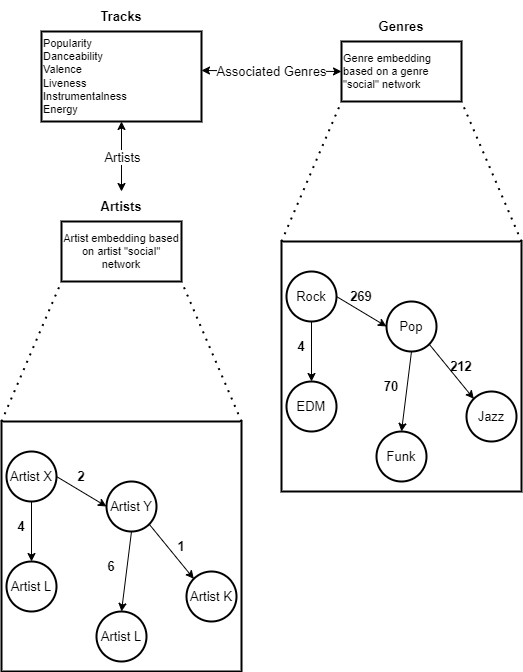
taslanidis/Music-Recommender keeps this draw.io diagram as docs/input_data.png. Above is the earlier version. Source tidied: cells renumbered, new cells last; positions are measured from the earlier drawing's top-left corner, leaving out a move shared by most shapes.
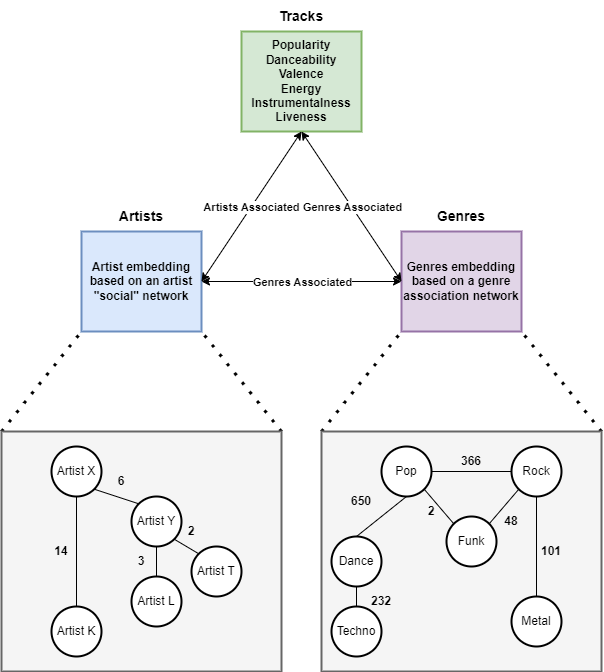
The same file after the commit.

What changed in the source:
```diff
@@ -2,138 +2,166 @@
   <root>
     <mxCell id="0" />
     <mxCell id="1" parent="0" />
-    <mxCell id="2" value="Popularity&lt;br&gt;Danceability&lt;br&gt;Valence&lt;br&gt;Liveness&lt;br&gt;Instrumentalness&lt;br&gt;Energy" style="rounded=0;whiteSpace=wrap;html=1;strokeWidth=2;fontSize=11;align=left;" parent="1" vertex="1">
-      <mxGeometry x="40" y="30" width="160" height="90" as="geometry" />
+    <mxCell id="2" value="Popularity&lt;br&gt;Danceability&lt;br&gt;Valence&lt;br&gt;Energy&lt;br&gt;Instrumentalness&lt;br&gt;Liveness" style="rounded=0;whiteSpace=wrap;html=1;strokeWidth=2;fillColor=#d5e8d4;strokeColor=#82b366;fontStyle=1;" parent="1" vertex="1">
+      <mxGeometry x="340" y="-10" width="120" height="100" as="geometry" />
     </mxCell>
-    <mxCell id="3" value="Artist embedding based on artist &quot;social&quot; network" style="rounded=0;whiteSpace=wrap;html=1;strokeWidth=2;fontSize=11;" parent="1" vertex="1">
-      <mxGeometry x="60" y="220" width="120" height="60" as="geometry" />
+    <mxCell id="3" value="&lt;b style=&quot;font-size: 14px;&quot;&gt;Tracks&lt;/b&gt;" style="text;html=1;strokeColor=none;fillColor=none;align=center;verticalAlign=middle;whiteSpace=wrap;rounded=0;strokeWidth=2;fontSize=14;" parent="1" vertex="1">
+      <mxGeometry x="370" y="-40" width="60" height="30" as="geometry" />
     </mxCell>
-    <mxCell id="4" value="Genre embedding based on a genre &quot;social&quot; network" style="rounded=0;whiteSpace=wrap;html=1;strokeWidth=2;fontSize=11;align=left;" parent="1" vertex="1">
-      <mxGeometry x="340" y="40" width="120" height="60" as="geometry" />
+    <mxCell id="4" value="Artist embedding based on an artist &quot;social&quot; network" style="rounded=0;whiteSpace=wrap;html=1;strokeWidth=2;fillColor=#dae8fc;strokeColor=#6c8ebf;fontStyle=1;" parent="1" vertex="1">
+      <mxGeometry x="180" y="190" width="120" height="100" as="geometry" />
     </mxCell>
-    <mxCell id="5" value="&lt;b&gt;&lt;font style=&quot;font-size: 13px;&quot;&gt;Tracks&lt;/font&gt;&lt;/b&gt;" style="text;html=1;strokeColor=none;fillColor=none;align=center;verticalAlign=middle;whiteSpace=wrap;rounded=0;strokeWidth=2;fontSize=11;" parent="1" vertex="1">
-      <mxGeometry x="70" width="100" height="30" as="geometry" />
+    <mxCell id="5" value="&lt;b style=&quot;font-size: 14px;&quot;&gt;Artists&lt;/b&gt;" style="text;html=1;strokeColor=none;fillColor=none;align=center;verticalAlign=middle;whiteSpace=wrap;rounded=0;strokeWidth=2;fontSize=14;" parent="1" vertex="1">
+      <mxGeometry x="210" y="160" width="60" height="30" as="geometry" />
     </mxCell>
-    <mxCell id="6" value="&lt;b&gt;&lt;font style=&quot;font-size: 13px;&quot;&gt;Genres&lt;/font&gt;&lt;/b&gt;" style="text;html=1;strokeColor=none;fillColor=none;align=center;verticalAlign=middle;whiteSpace=wrap;rounded=0;strokeWidth=2;fontSize=11;" parent="1" vertex="1">
-      <mxGeometry x="350" y="10" width="100" height="30" as="geometry" />
+    <mxCell id="6" value="Genres embedding based on a genre association network" style="rounded=0;whiteSpace=wrap;html=1;strokeWidth=2;fillColor=#e1d5e7;strokeColor=#9673a6;fontStyle=1;" parent="1" vertex="1">
+      <mxGeometry x="500" y="190" width="120" height="100" as="geometry" />
     </mxCell>
-    <mxCell id="7" value="&lt;b&gt;&lt;font style=&quot;font-size: 13px;&quot;&gt;Artists&lt;/font&gt;&lt;/b&gt;" style="text;html=1;strokeColor=none;fillColor=none;align=center;verticalAlign=middle;whiteSpace=wrap;rounded=0;strokeWidth=2;fontSize=11;" parent="1" vertex="1">
-      <mxGeometry x="70" y="190" width="100" height="30" as="geometry" />
+    <mxCell id="7" value="&lt;b style=&quot;font-size: 14px;&quot;&gt;Genres&lt;/b&gt;" style="text;html=1;strokeColor=none;fillColor=none;align=center;verticalAlign=middle;whiteSpace=wrap;rounded=0;strokeWidth=2;fontSize=14;" parent="1" vertex="1">
+      <mxGeometry x="530" y="160" width="60" height="30" as="geometry" />
     </mxCell>
-    <mxCell id="8" style="endArrow=none;dashed=1;html=1;dashPattern=1 3;strokeWidth=2;rounded=0;fontSize=13;entryX=0;entryY=1;entryDx=0;entryDy=0;" parent="1" edge="1" target="3">
+    <mxCell id="8" style="endArrow=none;dashed=1;html=1;dashPattern=1 3;strokeWidth=3;rounded=0;" parent="1" edge="1">
       <mxGeometry relative="1" as="geometry">
-        <mxPoint y="420" as="sourcePoint" />
+        <mxPoint x="100" y="390" as="sourcePoint" />
+        <mxPoint x="180" y="290" as="targetPoint" />
       </mxGeometry>
     </mxCell>
-    <mxCell id="9" style="endArrow=none;dashed=1;html=1;dashPattern=1 3;strokeWidth=2;rounded=0;fontSize=13;entryX=1;entryY=1;entryDx=0;entryDy=0;exitX=1;exitY=0;exitDx=0;exitDy=0;" parent="1" edge="1" source="10" target="3">
-      <mxGeometry relative="1" as="geometry" />
+    <mxCell id="9" style="endArrow=none;dashed=1;html=1;dashPattern=1 3;strokeWidth=3;rounded=0;" parent="1" edge="1">
+      <mxGeometry relative="1" as="geometry">
+        <mxPoint x="380" y="390" as="sourcePoint" />
+        <mxPoint x="300" y="290" as="targetPoint" />
+      </mxGeometry>
     </mxCell>
-    <mxCell id="10" style="rounded=0;whiteSpace=wrap;html=1;strokeWidth=2;fontSize=13;" parent="1" vertex="1">
-      <mxGeometry y="420" width="240" height="250" as="geometry" />
+    <mxCell id="10" style="endArrow=none;dashed=1;html=1;dashPattern=1 3;strokeWidth=3;rounded=0;" parent="1" edge="1">
+      <mxGeometry relative="1" as="geometry">
+        <mxPoint x="700" y="390" as="sourcePoint" />
+        <mxPoint x="620" y="290" as="targetPoint" />
+      </mxGeometry>
     </mxCell>
-    <mxCell id="11" style="edgeStyle=orthogonalEdgeStyle;rounded=0;jettySize=auto;html=1;strokeWidth=1;fontSize=13;" parent="1" edge="1" source="12" target="14">
-      <mxGeometry relative="1" as="geometry" />
+    <mxCell id="11" style="endArrow=none;dashed=1;html=1;dashPattern=1 3;strokeWidth=3;rounded=0;" parent="1" edge="1">
+      <mxGeometry relative="1" as="geometry">
+        <mxPoint x="420" y="390" as="sourcePoint" />
+        <mxPoint x="500" y="290" as="targetPoint" />
+      </mxGeometry>
     </mxCell>
-    <mxCell id="12" value="Artist X" style="ellipse;whiteSpace=wrap;html=1;strokeWidth=2;fontSize=13;fontStyle=0;" parent="1" vertex="1">
-      <mxGeometry x="5" y="450" width="50" height="50" as="geometry" />
+    <mxCell id="12" style="rounded=0;whiteSpace=wrap;html=1;strokeWidth=2;fillColor=#f5f5f5;fontColor=#333333;strokeColor=#666666;" parent="1" vertex="1">
+      <mxGeometry x="100" y="390" width="280" height="240" as="geometry" />
     </mxCell>
-    <mxCell id="13" value="Artist Y" style="ellipse;whiteSpace=wrap;html=1;strokeWidth=2;fontSize=13;fontStyle=0;" parent="1" vertex="1">
-      <mxGeometry x="105" y="480" width="50" height="50" as="geometry" />
+    <mxCell id="13" style="rounded=0;whiteSpace=wrap;html=1;strokeWidth=2;fillColor=#f5f5f5;fontColor=#333333;strokeColor=#666666;" parent="1" vertex="1">
+      <mxGeometry x="420" y="390" width="280" height="240" as="geometry" />
     </mxCell>
-    <mxCell id="14" value="Artist L" style="ellipse;whiteSpace=wrap;html=1;strokeWidth=2;fontSize=13;fontStyle=0;" parent="1" vertex="1">
-      <mxGeometry x="5" y="560" width="50" height="50" as="geometry" />
+    <mxCell id="14" value="Artist X" style="ellipse;whiteSpace=wrap;html=1;strokeWidth=2;" parent="1" vertex="1">
+      <mxGeometry x="150" y="405" width="50" height="50" as="geometry" />
     </mxCell>
-    <mxCell id="15" value="Artist K" style="ellipse;whiteSpace=wrap;html=1;strokeWidth=2;fontSize=13;fontStyle=0;" parent="1" vertex="1">
-      <mxGeometry x="185" y="570" width="50" height="50" as="geometry" />
+    <mxCell id="15" value="Artist Y" style="ellipse;whiteSpace=wrap;html=1;strokeWidth=2;" parent="1" vertex="1">
+      <mxGeometry x="230" y="455" width="50" height="50" as="geometry" />
     </mxCell>
-    <mxCell id="16" value="Artist L" style="ellipse;whiteSpace=wrap;html=1;strokeWidth=2;fontSize=13;fontStyle=0;" parent="1" vertex="1">
-      <mxGeometry x="95" y="610" width="50" height="50" as="geometry" />
+    <mxCell id="16" value="Artist K" style="ellipse;whiteSpace=wrap;html=1;strokeWidth=2;" parent="1" vertex="1">
+      <mxGeometry x="150" y="565" width="50" height="50" as="geometry" />
     </mxCell>
-    <mxCell id="17" style="endArrow=classic;html=1;rounded=0;strokeWidth=1;fontSize=13;entryX=0;entryY=0.5;entryDx=0;entryDy=0;exitX=1;exitY=0.5;exitDx=0;exitDy=0;" parent="1" edge="1" source="12" target="13">
-      <mxGeometry relative="1" as="geometry" />
+    <mxCell id="17" value="Artist L" style="ellipse;whiteSpace=wrap;html=1;strokeWidth=2;" parent="1" vertex="1">
+      <mxGeometry x="230" y="535" width="50" height="50" as="geometry" />
     </mxCell>
-    <mxCell id="18" style="endArrow=classic;html=1;rounded=0;strokeWidth=1;fontSize=13;entryX=0;entryY=0;entryDx=0;entryDy=0;exitX=1;exitY=1;exitDx=0;exitDy=0;" parent="1" edge="1" source="13" target="15">
+    <mxCell id="18" style="endArrow=none;html=1;rounded=0;entryX=0;entryY=0;entryDx=0;entryDy=0;exitX=1;exitY=1;exitDx=0;exitDy=0;" parent="1" edge="1" source="14" target="15">
       <mxGeometry relative="1" as="geometry" />
     </mxCell>
-    <mxCell id="19" style="endArrow=classic;html=1;rounded=0;strokeWidth=1;fontSize=13;entryX=0.5;entryY=0;entryDx=0;entryDy=0;exitX=0.5;exitY=1;exitDx=0;exitDy=0;" parent="1" edge="1" source="13" target="16">
+    <mxCell id="19" style="endArrow=none;html=1;rounded=0;entryX=0.5;entryY=1;entryDx=0;entryDy=0;exitX=0.5;exitY=0;exitDx=0;exitDy=0;" parent="1" edge="1" source="16" target="14">
       <mxGeometry relative="1" as="geometry" />
     </mxCell>
-    <mxCell id="20" value="4" style="text;html=1;strokeColor=none;fillColor=none;align=center;verticalAlign=middle;whiteSpace=wrap;rounded=0;strokeWidth=2;fontSize=13;fontStyle=1;" parent="1" vertex="1">
-      <mxGeometry x="5" y="510" width="30" height="30" as="geometry" />
+    <mxCell id="20" style="endArrow=none;html=1;rounded=0;entryX=0.5;entryY=1;entryDx=0;entryDy=0;exitX=0.5;exitY=0;exitDx=0;exitDy=0;" parent="1" edge="1" source="17" target="15">
+      <mxGeometry relative="1" as="geometry" />
     </mxCell>
-    <mxCell id="21" value="2" style="text;html=1;strokeColor=none;fillColor=none;align=center;verticalAlign=middle;whiteSpace=wrap;rounded=0;strokeWidth=2;fontSize=13;fontStyle=1;" parent="1" vertex="1">
-      <mxGeometry x="65" y="460" width="30" height="30" as="geometry" />
+    <mxCell id="21" value="Artist T" style="ellipse;whiteSpace=wrap;html=1;strokeWidth=2;" parent="1" vertex="1">
+      <mxGeometry x="290" y="505" width="50" height="50" as="geometry" />
     </mxCell>
-    <mxCell id="22" value="6" style="text;html=1;strokeColor=none;fillColor=none;align=center;verticalAlign=middle;whiteSpace=wrap;rounded=0;strokeWidth=2;fontSize=13;fontStyle=1;" parent="1" vertex="1">
-      <mxGeometry x="95" y="550" width="30" height="30" as="geometry" />
+    <mxCell id="22" style="endArrow=none;html=1;rounded=0;entryX=0;entryY=0;entryDx=0;entryDy=0;exitX=1;exitY=1;exitDx=0;exitDy=0;" parent="1" edge="1" source="15" target="21">
+      <mxGeometry relative="1" as="geometry" />
     </mxCell>
-    <mxCell id="23" value="1" style="text;html=1;strokeColor=none;fillColor=none;align=center;verticalAlign=middle;whiteSpace=wrap;rounded=0;strokeWidth=2;fontSize=13;fontStyle=1;" parent="1" vertex="1">
-      <mxGeometry x="165" y="530" width="30" height="30" as="geometry" />
+    <mxCell id="23" value="6" style="text;html=1;strokeColor=none;fillColor=none;align=center;verticalAlign=middle;whiteSpace=wrap;rounded=0;strokeWidth=2;fontStyle=1;" parent="1" vertex="1">
+      <mxGeometry x="210" y="425" width="20" height="30" as="geometry" />
     </mxCell>
-    <mxCell id="24" style="endArrow=none;dashed=1;html=1;dashPattern=1 3;strokeWidth=2;rounded=0;fontSize=13;entryX=0;entryY=1;entryDx=0;entryDy=0;" parent="1" edge="1">
-      <mxGeometry relative="1" as="geometry">
-        <mxPoint x="280" y="240" as="sourcePoint" />
-        <mxPoint x="340" y="100" as="targetPoint" />
-      </mxGeometry>
+    <mxCell id="24" value="14" style="text;html=1;strokeColor=none;fillColor=none;align=center;verticalAlign=middle;whiteSpace=wrap;rounded=0;strokeWidth=2;fontStyle=1;" parent="1" vertex="1">
+      <mxGeometry x="150" y="495" width="20" height="30" as="geometry" />
     </mxCell>
-    <mxCell id="25" style="endArrow=none;dashed=1;html=1;dashPattern=1 3;strokeWidth=2;rounded=0;fontSize=13;entryX=1;entryY=1;entryDx=0;entryDy=0;exitX=1;exitY=0;exitDx=0;exitDy=0;" parent="1" edge="1" source="26">
-      <mxGeometry relative="1" as="geometry">
-        <mxPoint x="460" y="100" as="targetPoint" />
-      </mxGeometry>
+    <mxCell id="25" value="3" style="text;html=1;strokeColor=none;fillColor=none;align=center;verticalAlign=middle;whiteSpace=wrap;rounded=0;strokeWidth=2;fontStyle=1;" parent="1" vertex="1">
+      <mxGeometry x="230" y="505" width="20" height="30" as="geometry" />
     </mxCell>
-    <mxCell id="26" style="rounded=0;whiteSpace=wrap;html=1;strokeWidth=2;fontSize=13;" parent="1" vertex="1">
-      <mxGeometry x="280" y="240" width="240" height="250" as="geometry" />
+    <mxCell id="26" value="2" style="text;html=1;strokeColor=none;fillColor=none;align=center;verticalAlign=middle;whiteSpace=wrap;rounded=0;strokeWidth=2;fontStyle=1;" parent="1" vertex="1">
+      <mxGeometry x="280" y="475" width="20" height="30" as="geometry" />
     </mxCell>
-    <mxCell id="27" style="edgeStyle=orthogonalEdgeStyle;rounded=0;jettySize=auto;html=1;strokeWidth=1;fontSize=13;" parent="1" edge="1" source="28" target="30">
-      <mxGeometry relative="1" as="geometry" />
+    <mxCell id="27" value="Pop" style="ellipse;whiteSpace=wrap;html=1;strokeWidth=2;" parent="1" vertex="1">
+      <mxGeometry x="480" y="405" width="50" height="50" as="geometry" />
     </mxCell>
-    <mxCell id="28" value="Rock" style="ellipse;whiteSpace=wrap;html=1;strokeWidth=2;fontSize=13;fontStyle=0;" parent="1" vertex="1">
-      <mxGeometry x="285" y="270" width="50" height="50" as="geometry" />
+    <mxCell id="28" value="Rock" style="ellipse;whiteSpace=wrap;html=1;strokeWidth=2;" parent="1" vertex="1">
+      <mxGeometry x="610" y="405" width="50" height="50" as="geometry" />
     </mxCell>
-    <mxCell id="29" value="Pop" style="ellipse;whiteSpace=wrap;html=1;strokeWidth=2;fontSize=13;fontStyle=0;" parent="1" vertex="1">
-      <mxGeometry x="385" y="300" width="50" height="50" as="geometry" />
+    <mxCell id="29" value="Dance" style="ellipse;whiteSpace=wrap;html=1;strokeWidth=2;" parent="1" vertex="1">
+      <mxGeometry x="430" y="495" width="50" height="50" as="geometry" />
     </mxCell>
-    <mxCell id="30" value="EDM" style="ellipse;whiteSpace=wrap;html=1;strokeWidth=2;fontSize=13;fontStyle=0;" parent="1" vertex="1">
-      <mxGeometry x="285" y="380" width="50" height="50" as="geometry" />
+    <mxCell id="30" value="Metal" style="ellipse;whiteSpace=wrap;html=1;strokeWidth=2;" parent="1" vertex="1">
+      <mxGeometry x="610" y="555" width="50" height="50" as="geometry" />
     </mxCell>
-    <mxCell id="31" value="Jazz" style="ellipse;whiteSpace=wrap;html=1;strokeWidth=2;fontSize=13;fontStyle=0;" parent="1" vertex="1">
-      <mxGeometry x="465" y="390" width="50" height="50" as="geometry" />
+    <mxCell id="31" style="endArrow=none;html=1;rounded=0;entryX=0.5;entryY=1;entryDx=0;entryDy=0;exitX=0.5;exitY=0;exitDx=0;exitDy=0;" parent="1" edge="1" source="29" target="27">
+      <mxGeometry relative="1" as="geometry" />
     </mxCell>
-    <mxCell id="32" value="Funk" style="ellipse;whiteSpace=wrap;html=1;strokeWidth=2;fontSize=13;fontStyle=0;" parent="1" vertex="1">
-      <mxGeometry x="375" y="430" width="50" height="50" as="geometry" />
+    <mxCell id="32" value="Funk" style="ellipse;whiteSpace=wrap;html=1;strokeWidth=2;" parent="1" vertex="1">
+      <mxGeometry x="545" y="475" width="50" height="50" as="geometry" />
     </mxCell>
-    <mxCell id="33" style="endArrow=classic;html=1;rounded=0;strokeWidth=1;fontSize=13;entryX=0;entryY=0.5;entryDx=0;entryDy=0;exitX=1;exitY=0.5;exitDx=0;exitDy=0;" parent="1" edge="1" source="28" target="29">
-      <mxGeometry relative="1" as="geometry" />
+    <mxCell id="33" value="366" style="text;html=1;strokeColor=none;fillColor=none;align=center;verticalAlign=middle;whiteSpace=wrap;rounded=0;strokeWidth=2;fontStyle=1;" parent="1" vertex="1">
+      <mxGeometry x="560" y="405" width="20" height="30" as="geometry" />
     </mxCell>
-    <mxCell id="34" style="endArrow=classic;html=1;rounded=0;strokeWidth=1;fontSize=13;entryX=0;entryY=0;entryDx=0;entryDy=0;exitX=1;exitY=1;exitDx=0;exitDy=0;" parent="1" edge="1" source="29" target="31">
-      <mxGeometry relative="1" as="geometry" />
+    <mxCell id="34" value="650" style="text;html=1;strokeColor=none;fillColor=none;align=center;verticalAlign=middle;whiteSpace=wrap;rounded=0;strokeWidth=2;fontStyle=1;" parent="1" vertex="1">
+      <mxGeometry x="450" y="445" width="20" height="30" as="geometry" />
     </mxCell>
-    <mxCell id="35" style="endArrow=classic;html=1;rounded=0;strokeWidth=1;fontSize=13;entryX=0.5;entryY=0;entryDx=0;entryDy=0;exitX=0.5;exitY=1;exitDx=0;exitDy=0;" parent="1" edge="1" source="29" target="32">
-      <mxGeometry relative="1" as="geometry" />
+    <mxCell id="35" value="48" style="text;html=1;strokeColor=none;fillColor=none;align=center;verticalAlign=middle;whiteSpace=wrap;rounded=0;strokeWidth=2;fontStyle=1;" parent="1" vertex="1">
+      <mxGeometry x="600" y="465" width="20" height="30" as="geometry" />
     </mxCell>
-    <mxCell id="36" value="4" style="text;html=1;strokeColor=none;fillColor=none;align=center;verticalAlign=middle;whiteSpace=wrap;rounded=0;strokeWidth=2;fontSize=13;fontStyle=1;" parent="1" vertex="1">
-      <mxGeometry x="285" y="330" width="30" height="30" as="geometry" />
+    <mxCell id="36" style="endArrow=none;html=1;rounded=0;entryX=0;entryY=0.5;entryDx=0;entryDy=0;exitX=1;exitY=0.5;exitDx=0;exitDy=0;" parent="1" edge="1" source="27" target="28">
+      <mxGeometry relative="1" as="geometry" />
     </mxCell>
-    <mxCell id="37" value="269" style="text;html=1;strokeColor=none;fillColor=none;align=center;verticalAlign=middle;whiteSpace=wrap;rounded=0;strokeWidth=2;fontSize=13;fontStyle=1;" parent="1" vertex="1">
-      <mxGeometry x="345" y="280" width="30" height="30" as="geometry" />
+    <mxCell id="37" value="Techno" style="ellipse;whiteSpace=wrap;html=1;strokeWidth=2;" parent="1" vertex="1">
+      <mxGeometry x="430" y="565" width="50" height="50" as="geometry" />
     </mxCell>
-    <mxCell id="38" value="70" style="text;html=1;strokeColor=none;fillColor=none;align=center;verticalAlign=middle;whiteSpace=wrap;rounded=0;strokeWidth=2;fontSize=13;fontStyle=1;" parent="1" vertex="1">
-      <mxGeometry x="375" y="370" width="30" height="30" as="geometry" />
+    <mxCell id="38" style="endArrow=none;html=1;rounded=0;exitX=0.5;exitY=0;exitDx=0;exitDy=0;entryX=0.5;entryY=1;entryDx=0;entryDy=0;" parent="1" edge="1" source="37" target="29">
+      <mxGeometry relative="1" as="geometry" />
     </mxCell>
-    <mxCell id="39" value="212" style="text;html=1;strokeColor=none;fillColor=none;align=center;verticalAlign=middle;whiteSpace=wrap;rounded=0;strokeWidth=2;fontSize=13;fontStyle=1;" parent="1" vertex="1">
-      <mxGeometry x="445" y="350" width="30" height="30" as="geometry" />
+    <mxCell id="39" value="232" style="text;html=1;strokeColor=none;fillColor=none;align=center;verticalAlign=middle;whiteSpace=wrap;rounded=0;strokeWidth=2;fontStyle=1;" parent="1" vertex="1">
+      <mxGeometry x="470" y="545" width="20" height="30" as="geometry" />
     </mxCell>
-    <mxCell id="40" style="endArrow=classic;html=1;rounded=0;strokeWidth=1;fontSize=13;exitX=0.5;exitY=1;exitDx=0;exitDy=0;entryX=0.5;entryY=0;entryDx=0;entryDy=0;startArrow=classic;startFill=1;" parent="1" edge="1" source="2" target="7">
+    <mxCell id="40" style="endArrow=none;html=1;rounded=0;exitX=0;exitY=0;exitDx=0;exitDy=0;entryX=1;entryY=1;entryDx=0;entryDy=0;" parent="1" edge="1" source="32" target="27">
       <mxGeometry relative="1" as="geometry" />
     </mxCell>
-    <mxCell id="41" value="Artists" style="edgeLabel;html=1;align=center;verticalAlign=middle;strokeWidth=2;fontSize=13;" parent="40" vertex="1">
+    <mxCell id="41" style="endArrow=none;html=1;rounded=0;exitX=1;exitY=0;exitDx=0;exitDy=0;entryX=0;entryY=1;entryDx=0;entryDy=0;" parent="1" edge="1" source="32" target="28">
       <mxGeometry relative="1" as="geometry" />
     </mxCell>
-    <mxCell id="42" style="endArrow=classic;html=1;rounded=0;strokeWidth=1;fontSize=13;entryX=0;entryY=0.5;entryDx=0;entryDy=0;exitX=1;exitY=0.433;exitDx=0;exitDy=0;exitPerimeter=0;startArrow=classic;startFill=1;" parent="1" edge="1" source="2" target="4">
-      <mxGeometry relative="1" as="geometry" />
+    <mxCell id="42" value="2" style="text;html=1;strokeColor=none;fillColor=none;align=center;verticalAlign=middle;whiteSpace=wrap;rounded=0;strokeWidth=2;fontStyle=1;" parent="1" vertex="1">
+      <mxGeometry x="520" y="455" width="20" height="30" as="geometry" />
     </mxCell>
-    <mxCell id="43" value="Associated Genres" style="edgeLabel;html=1;align=center;verticalAlign=middle;strokeWidth=2;fontSize=13;" parent="42" vertex="1">
+    <mxCell id="43" style="endArrow=none;html=1;rounded=0;entryX=0.5;entryY=1;entryDx=0;entryDy=0;exitX=0.5;exitY=0;exitDx=0;exitDy=0;" parent="1" edge="1" source="30" target="28">
       <mxGeometry relative="1" as="geometry" />
     </mxCell>
+    <mxCell id="44" value="101" style="text;html=1;strokeColor=none;fillColor=none;align=center;verticalAlign=middle;whiteSpace=wrap;rounded=0;strokeWidth=2;fontStyle=1;" parent="1" vertex="1">
+      <mxGeometry x="640" y="495" width="20" height="30" as="geometry" />
+    </mxCell>
+    <mxCell id="45" style="endArrow=classic;html=1;rounded=0;startArrow=classic;startFill=1;entryX=0.5;entryY=1;entryDx=0;entryDy=0;exitX=1;exitY=0.5;exitDx=0;exitDy=0;" parent="1" edge="1" source="4" target="2">
+      <mxGeometry relative="1" as="geometry" />
+    </mxCell>
+    <mxCell id="46" value="Artists Associated" style="edgeLabel;html=1;align=center;verticalAlign=middle;strokeWidth=2;fontStyle=1;" parent="45" vertex="1">
+      <mxGeometry relative="1" as="geometry" />
+    </mxCell>
+    <mxCell id="47" style="endArrow=classic;html=1;rounded=0;startArrow=classic;startFill=1;exitX=0;exitY=0.5;exitDx=0;exitDy=0;" parent="1" edge="1" source="6">
+      <mxGeometry relative="1" as="geometry">
+        <mxPoint x="400" y="90" as="targetPoint" />
+      </mxGeometry>
+    </mxCell>
+    <mxCell id="48" value="Genres Associated" style="edgeLabel;html=1;align=center;verticalAlign=middle;strokeWidth=2;fontStyle=1;" parent="47" vertex="1">
+      <mxGeometry relative="1" as="geometry" />
+    </mxCell>
+    <mxCell id="49" style="endArrow=classic;html=1;rounded=0;startArrow=classic;startFill=1;exitX=0;exitY=0.5;exitDx=0;exitDy=0;entryX=1;entryY=0.5;entryDx=0;entryDy=0;" parent="1" edge="1" source="6" target="4">
+      <mxGeometry relative="1" as="geometry" />
+    </mxCell>
+    <mxCell id="50" value="Genres Associated" style="edgeLabel;html=1;align=center;verticalAlign=middle;strokeWidth=2;fontSize=11;fontStyle=1;" parent="49" vertex="1">
+      <mxGeometry relative="1" as="geometry" />
+    </mxCell>
   </root>
 </mxGraphModel>
```
